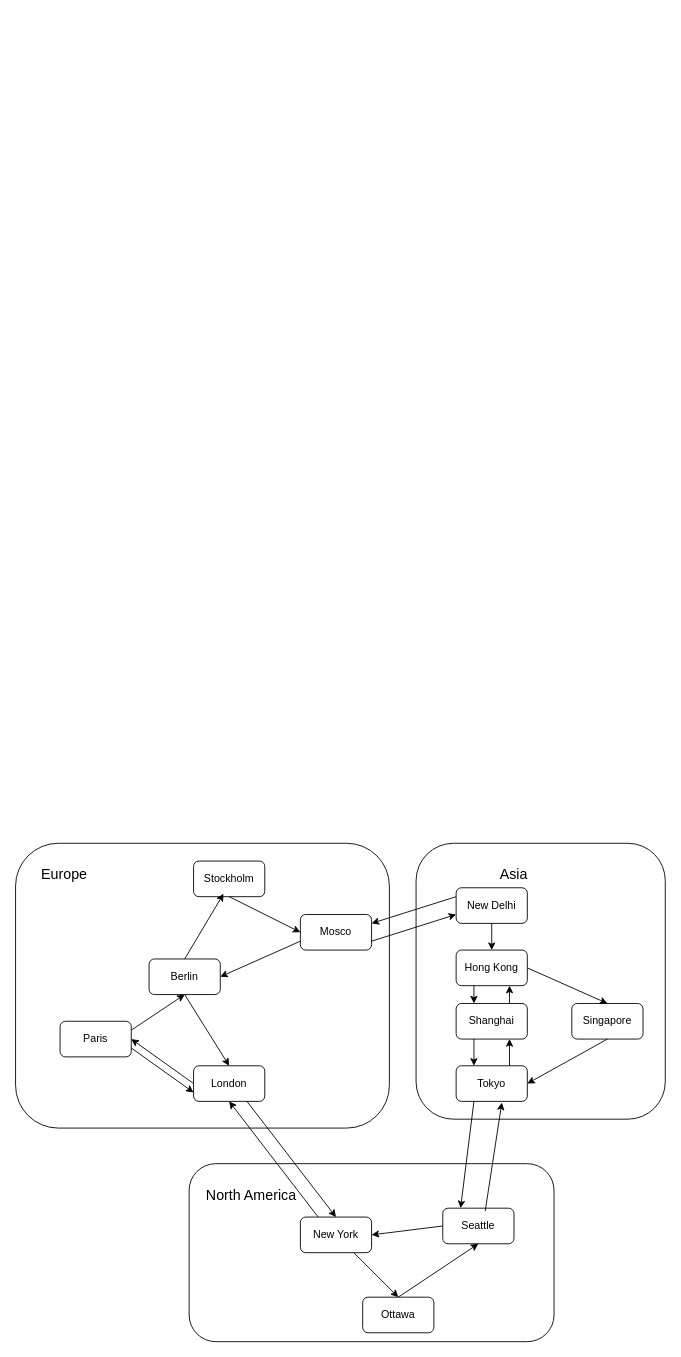
vicety/KTH-ID2201-2021Fall keeps this draw.io diagram as hw2/src/map.drawio. Above is the earlier version. Source tidied: cells renumbered, new cells numbered last; positions are measured from the earlier drawing's top-left corner, leaving out a move shared by most shapes. Both pictures are drawn from the tidied source at 89%, with x=0, y=0 at pixel (15, 843).
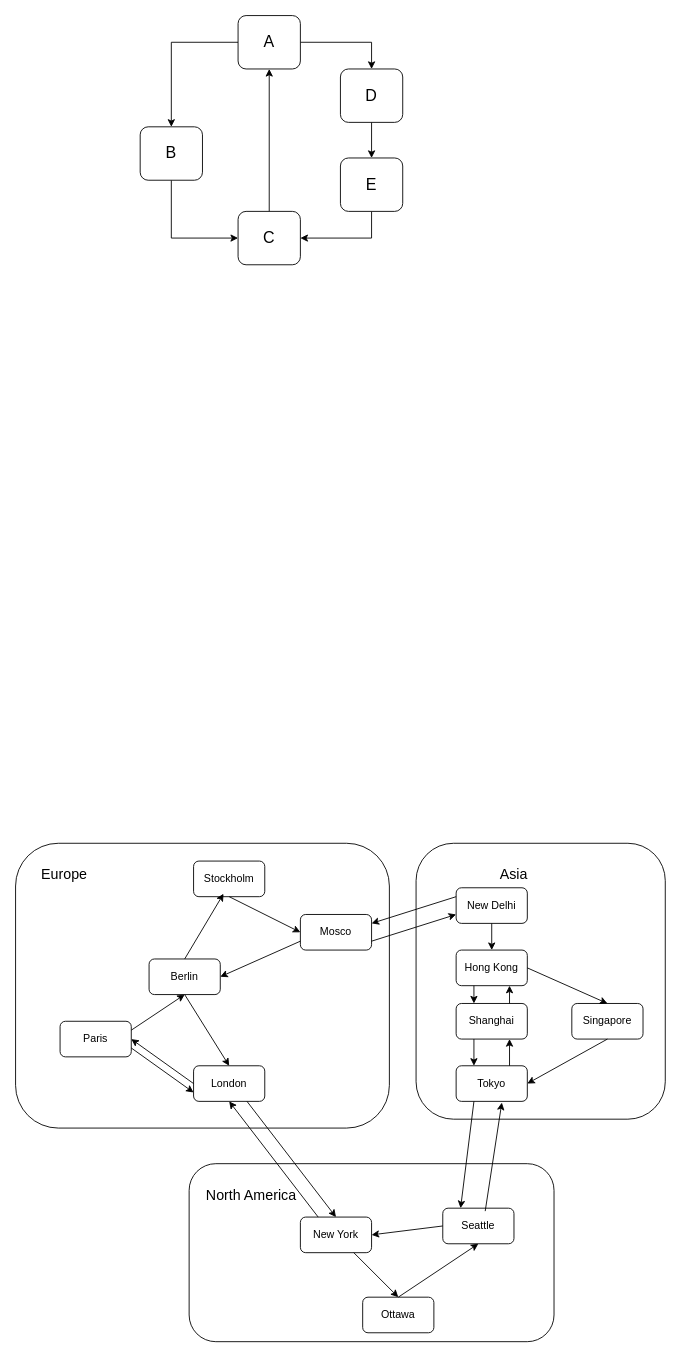
The same diagram, later.

What changed in the source:
```diff
@@
+    <mxCell id="44" style="edgeStyle=orthogonalEdgeStyle;rounded=0;jettySize=auto;html=1;exitX=1;exitY=0.5;exitDx=0;exitDy=0;entryX=0.5;entryY=0;entryDx=0;entryDy=0;fontSize=18;" parent="1" edge="1" source="46" target="54">
+      <mxGeometry relative="1" as="geometry" />
+    </mxCell>
+    <mxCell id="45" style="edgeStyle=orthogonalEdgeStyle;rounded=0;jettySize=auto;html=1;exitX=0;exitY=0.5;exitDx=0;exitDy=0;entryX=0.5;entryY=0;entryDx=0;entryDy=0;fontSize=18;" parent="1" edge="1" source="46" target="48">
+      <mxGeometry relative="1" as="geometry" />
+    </mxCell>
+    <mxCell id="46" value="A" style="rounded=1;whiteSpace=wrap;html=1;fontSize=18;" parent="1" vertex="1">
+      <mxGeometry x="250" y="-930" width="70" height="60" as="geometry" />
+    </mxCell>
+    <mxCell id="47" style="edgeStyle=orthogonalEdgeStyle;rounded=0;jettySize=auto;html=1;exitX=0.5;exitY=1;exitDx=0;exitDy=0;entryX=0;entryY=0.5;entryDx=0;entryDy=0;fontSize=18;" parent="1" edge="1" source="48" target="50">
+      <mxGeometry relative="1" as="geometry" />
+    </mxCell>
+    <mxCell id="48" value="B" style="rounded=1;whiteSpace=wrap;html=1;fontSize=18;" parent="1" vertex="1">
+      <mxGeometry x="140" y="-805" width="70" height="60" as="geometry" />
+    </mxCell>
+    <mxCell id="49" style="edgeStyle=orthogonalEdgeStyle;rounded=0;jettySize=auto;html=1;exitX=0.5;exitY=0;exitDx=0;exitDy=0;fontSize=18;" parent="1" edge="1" source="50" target="46">
+      <mxGeometry relative="1" as="geometry" />
+    </mxCell>
+    <mxCell id="50" value="C" style="rounded=1;whiteSpace=wrap;html=1;fontSize=18;" parent="1" vertex="1">
+      <mxGeometry x="250" y="-710" width="70" height="60" as="geometry" />
+    </mxCell>
+    <mxCell id="51" style="edgeStyle=orthogonalEdgeStyle;rounded=0;jettySize=auto;html=1;exitX=0.5;exitY=1;exitDx=0;exitDy=0;fontSize=18;" parent="1" edge="1" source="52" target="50">
+      <mxGeometry relative="1" as="geometry" />
+    </mxCell>
+    <mxCell id="52" value="E" style="rounded=1;whiteSpace=wrap;html=1;fontSize=18;" parent="1" vertex="1">
+      <mxGeometry x="365" y="-770" width="70" height="60" as="geometry" />
+    </mxCell>
+    <mxCell id="53" style="edgeStyle=orthogonalEdgeStyle;rounded=0;jettySize=auto;html=1;exitX=0.5;exitY=1;exitDx=0;exitDy=0;fontSize=18;" parent="1" edge="1" source="54" target="52">
+      <mxGeometry relative="1" as="geometry" />
+    </mxCell>
+    <mxCell id="54" value="D" style="rounded=1;whiteSpace=wrap;html=1;fontSize=18;" parent="1" vertex="1">
+      <mxGeometry x="365" y="-870" width="70" height="60" as="geometry" />
+    </mxCell>
```
